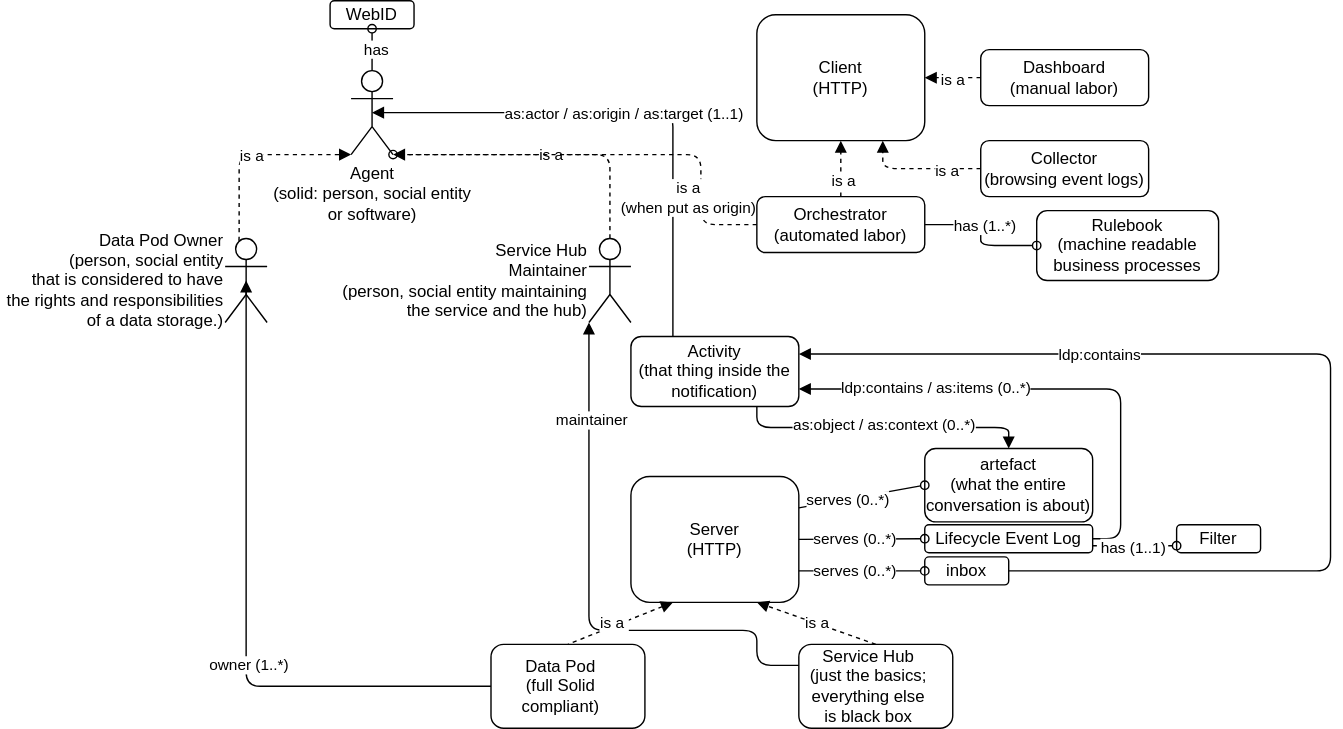
This is images/terminology.svg from MellonScholarlyCommunication/spec-overview, a draw.io export, as it was before one commit. Source tidied: cells renumbered, new cells last; positions are measured from the earlier drawing's top-left corner, leaving out a move shared by most shapes.
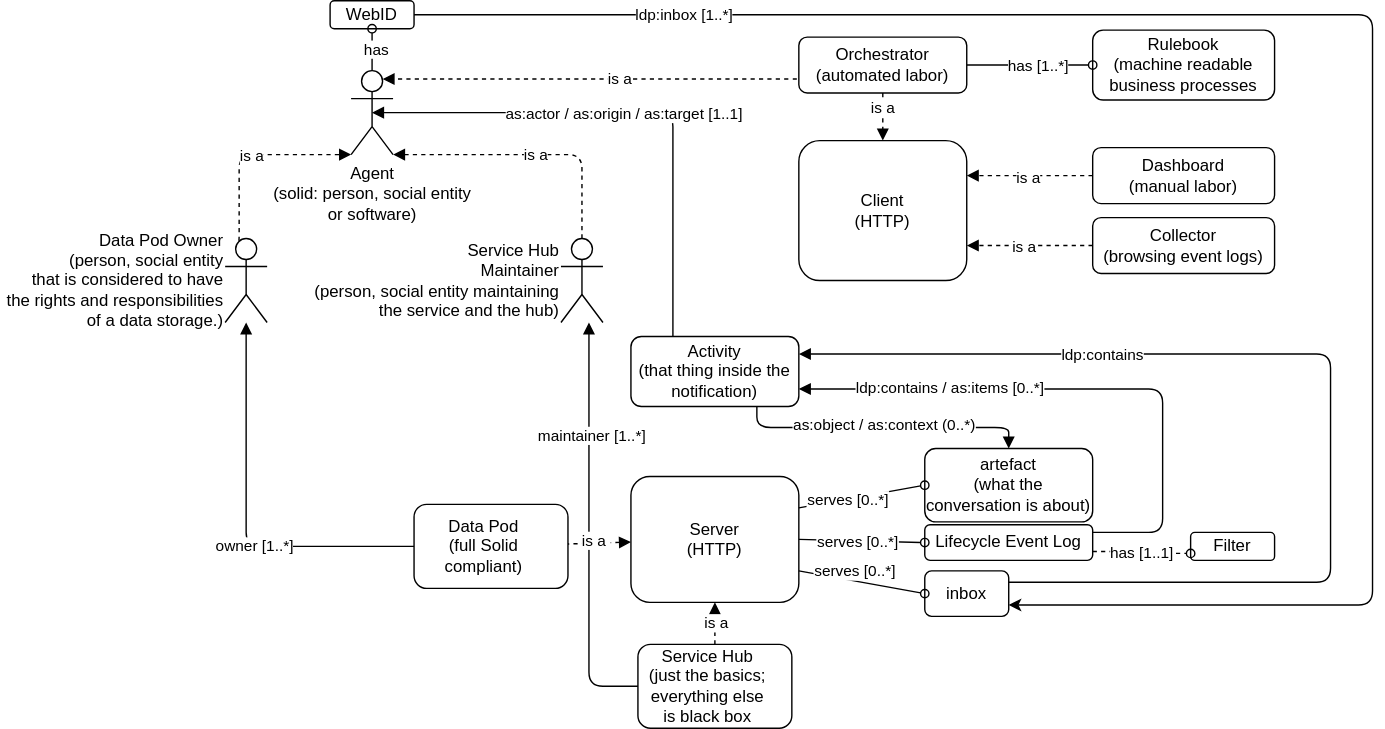
The same file after the commit.

Change to the diagram source:
```diff
@@ -5,7 +5,7 @@
     <mxCell id="2" style="edgeStyle=orthogonalEdgeStyle;html=1;exitX=0.5;exitY=0.5;exitDx=0;exitDy=0;exitPerimeter=0;entryX=0.25;entryY=0;entryDx=0;entryDy=0;startArrow=block;startFill=1;endArrow=none;endFill=0;" parent="1" edge="1" source="6" target="35">
       <mxGeometry relative="1" as="geometry" />
     </mxCell>
-    <mxCell id="3" value="as:actor / as:origin / as:target (1..1)" style="edgeLabel;html=1;align=center;verticalAlign=middle;" parent="2" vertex="1">
+    <mxCell id="3" value="as:actor / as:origin / as:target [1..1]" style="edgeLabel;html=1;align=center;verticalAlign=middle;" parent="2" vertex="1">
       <mxGeometry x="-0.1" relative="1" as="geometry">
         <mxPoint x="10" as="offset" />
       </mxGeometry>
@@ -19,20 +19,20 @@
     <mxCell id="6" value="Agent&lt;br&gt;(solid: person, social entity &lt;br&gt;or software)" style="shape=umlActor;verticalLabelPosition=bottom;verticalAlign=top;html=1;outlineConnect=0;" parent="1" vertex="1">
       <mxGeometry x="90" y="50" width="30" height="60" as="geometry" />
     </mxCell>
-    <mxCell id="7" style="edgeStyle=orthogonalEdgeStyle;html=1;exitX=0;exitY=0.5;exitDx=0;exitDy=0;startArrow=none;startFill=0;endArrow=block;endFill=1;entryX=0.5;entryY=0.5;entryDx=0;entryDy=0;entryPerimeter=0;" parent="1" edge="1" source="9" target="39">
+    <mxCell id="7" style="edgeStyle=orthogonalEdgeStyle;html=1;exitX=0;exitY=0.5;exitDx=0;exitDy=0;startArrow=none;startFill=0;endArrow=block;endFill=1;" parent="1" edge="1" source="9" target="39">
       <mxGeometry relative="1" as="geometry">
         <Array as="points">
-          <mxPoint x="15" y="490" />
+          <mxPoint x="15" y="390" />
         </Array>
       </mxGeometry>
     </mxCell>
-    <mxCell id="8" value="owner (1..*)" style="edgeLabel;html=1;align=center;verticalAlign=middle;" parent="7" vertex="1">
+    <mxCell id="8" value="owner [1..*]" style="edgeLabel;html=1;align=center;verticalAlign=middle;" parent="7" vertex="1">
       <mxGeometry x="-0.18" y="-1" relative="1" as="geometry" />
     </mxCell>
     <mxCell id="9" value="&lt;div&gt;Data Pod&lt;br&gt;&lt;/div&gt;&lt;div&gt;(full Solid compliant)&lt;/div&gt;" style="rounded=1;whiteSpace=wrap;html=1;strokeWidth=1;strokeColor=default;align=center;verticalAlign=middle;spacingRight=10;fillColor=none;" parent="1" vertex="1">
-      <mxGeometry x="190" y="460" width="110" height="60" as="geometry" />
+      <mxGeometry x="135" y="360" width="110" height="60" as="geometry" />
     </mxCell>
-    <mxCell id="10" style="edgeStyle=none;html=1;exitX=0.5;exitY=0;exitDx=0;exitDy=0;entryX=0.75;entryY=1;entryDx=0;entryDy=0;endArrow=block;endFill=1;dashed=1;" parent="1" edge="1" source="14" target="22">
+    <mxCell id="10" style="edgeStyle=none;html=1;exitX=0.5;exitY=0;exitDx=0;exitDy=0;endArrow=block;endFill=1;dashed=1;" parent="1" edge="1" source="14" target="22">
       <mxGeometry relative="1" as="geometry" />
     </mxCell>
     <mxCell id="11" value="is a" style="edgeLabel;html=1;align=center;verticalAlign=middle;" parent="10" vertex="1">
@@ -40,25 +40,25 @@
         <mxPoint y="-1" as="offset" />
       </mxGeometry>
     </mxCell>
-    <mxCell id="12" style="edgeStyle=orthogonalEdgeStyle;html=1;exitX=0;exitY=0.25;exitDx=0;exitDy=0;startArrow=none;startFill=0;endArrow=block;endFill=1;entryX=0;entryY=1;entryDx=0;entryDy=0;entryPerimeter=0;" parent="1" edge="1" source="14" target="42">
+    <mxCell id="12" style="edgeStyle=orthogonalEdgeStyle;html=1;startArrow=none;startFill=0;endArrow=block;endFill=1;exitX=0;exitY=0.5;exitDx=0;exitDy=0;" parent="1" edge="1" source="14" target="42">
       <mxGeometry relative="1" as="geometry">
         <Array as="points">
-          <mxPoint x="380" y="475" />
-          <mxPoint x="380" y="450" />
-          <mxPoint x="260" y="450" />
+          <mxPoint x="260" y="490" />
         </Array>
       </mxGeometry>
     </mxCell>
-    <mxCell id="13" value="maintainer" style="edgeLabel;html=1;align=center;verticalAlign=middle;" parent="12" vertex="1">
-      <mxGeometry x="0.65" y="-1" relative="1" as="geometry" />
+    <mxCell id="13" value="maintainer [1..*]" style="edgeLabel;html=1;align=center;verticalAlign=middle;" parent="12" vertex="1">
+      <mxGeometry x="0.65" y="-1" relative="1" as="geometry">
+        <mxPoint y="28" as="offset" />
+      </mxGeometry>
     </mxCell>
     <mxCell id="14" value="&lt;div&gt;Service Hub&lt;br&gt;&lt;/div&gt;&lt;div&gt;(just the basics; everything else is&amp;nbsp;&lt;span&gt;black box&lt;/span&gt;&lt;/div&gt;" style="rounded=1;whiteSpace=wrap;html=1;strokeWidth=1;strokeColor=default;align=center;verticalAlign=middle;spacingRight=10;fillColor=none;" parent="1" vertex="1">
-      <mxGeometry x="410" y="460" width="110" height="60" as="geometry" />
+      <mxGeometry x="295" y="460" width="110" height="60" as="geometry" />
     </mxCell>
     <mxCell id="15" style="edgeStyle=none;html=1;exitX=1;exitY=0.25;exitDx=0;exitDy=0;entryX=0;entryY=0.5;entryDx=0;entryDy=0;endArrow=oval;endFill=0;" parent="1" edge="1" source="22" target="33">
       <mxGeometry relative="1" as="geometry" />
     </mxCell>
-    <mxCell id="16" value="serves (0..*)" style="edgeLabel;html=1;align=center;verticalAlign=middle;" parent="15" vertex="1">
+    <mxCell id="16" value="serves [0..*]" style="edgeLabel;html=1;align=center;verticalAlign=middle;" parent="15" vertex="1">
       <mxGeometry x="-0.23" y="1" relative="1" as="geometry">
         <mxPoint y="1" as="offset" />
       </mxGeometry>
@@ -66,7 +66,7 @@
     <mxCell id="17" style="edgeStyle=none;html=1;exitX=1;exitY=0.5;exitDx=0;exitDy=0;entryX=0;entryY=0.5;entryDx=0;entryDy=0;endArrow=oval;endFill=0;" parent="1" edge="1" source="22" target="30">
       <mxGeometry relative="1" as="geometry" />
     </mxCell>
-    <mxCell id="18" value="serves (0..*)" style="edgeLabel;html=1;align=center;verticalAlign=middle;" parent="17" vertex="1">
+    <mxCell id="18" value="serves [0..*]" style="edgeLabel;html=1;align=center;verticalAlign=middle;" parent="17" vertex="1">
       <mxGeometry x="0.03" y="2" relative="1" as="geometry">
         <mxPoint x="-6" y="2" as="offset" />
       </mxGeometry>
@@ -74,7 +74,7 @@
     <mxCell id="19" style="edgeStyle=none;html=1;exitX=1;exitY=0.75;exitDx=0;exitDy=0;entryX=0;entryY=0.5;entryDx=0;entryDy=0;endArrow=oval;endFill=0;" parent="1" edge="1" source="22" target="25">
       <mxGeometry relative="1" as="geometry" />
     </mxCell>
-    <mxCell id="20" style="edgeStyle=none;html=1;exitX=0.25;exitY=1;exitDx=0;exitDy=0;entryX=0.5;entryY=0;entryDx=0;entryDy=0;endArrow=none;endFill=0;startArrow=block;startFill=1;dashed=1;" parent="1" edge="1" source="22" target="9">
+    <mxCell id="20" style="edgeStyle=none;html=1;endArrow=none;endFill=0;startArrow=block;startFill=1;dashed=1;" parent="1" edge="1" source="22" target="9">
       <mxGeometry relative="1" as="geometry" />
     </mxCell>
     <mxCell id="21" value="is a&amp;nbsp;" style="edgeLabel;html=1;align=center;verticalAlign=middle;" parent="20" vertex="1">
@@ -83,10 +83,10 @@
     <mxCell id="22" value="Server&lt;br&gt;(HTTP)" style="rounded=1;whiteSpace=wrap;html=1;fillColor=none;" parent="1" vertex="1">
       <mxGeometry x="290" y="340" width="120" height="90" as="geometry" />
     </mxCell>
-    <mxCell id="23" style="edgeStyle=orthogonalEdgeStyle;html=1;exitX=1;exitY=0.5;exitDx=0;exitDy=0;entryX=1;entryY=0.25;entryDx=0;entryDy=0;startArrow=none;startFill=0;endArrow=block;endFill=1;" parent="1" edge="1" source="25" target="35">
+    <mxCell id="23" style="edgeStyle=orthogonalEdgeStyle;html=1;entryX=1;entryY=0.25;entryDx=0;entryDy=0;startArrow=none;startFill=0;endArrow=block;endFill=1;exitX=1;exitY=0.25;exitDx=0;exitDy=0;" parent="1" edge="1" source="25" target="35">
       <mxGeometry relative="1" as="geometry">
         <Array as="points">
-          <mxPoint x="790" y="408" />
+          <mxPoint x="790" y="416" />
           <mxPoint x="790" y="253" />
         </Array>
       </mxGeometry>
@@ -95,17 +95,17 @@
       <mxGeometry x="0.44" relative="1" as="geometry" />
     </mxCell>
     <mxCell id="25" value="inbox" style="rounded=1;whiteSpace=wrap;html=1;fillColor=none;" parent="1" vertex="1">
-      <mxGeometry x="500" y="397.5" width="60" height="20" as="geometry" />
+      <mxGeometry x="500" y="407.5" width="60" height="32.5" as="geometry" />
     </mxCell>
-    <mxCell id="26" style="edgeStyle=orthogonalEdgeStyle;html=1;exitX=1;exitY=0.5;exitDx=0;exitDy=0;entryX=1;entryY=0.75;entryDx=0;entryDy=0;startArrow=none;startFill=0;endArrow=block;endFill=1;" parent="1" edge="1" source="30" target="35">
+    <mxCell id="26" style="edgeStyle=orthogonalEdgeStyle;html=1;entryX=1;entryY=0.75;entryDx=0;entryDy=0;startArrow=none;startFill=0;endArrow=block;endFill=1;" parent="1" edge="1" source="30" target="35">
       <mxGeometry relative="1" as="geometry">
         <Array as="points">
-          <mxPoint x="640" y="385" />
-          <mxPoint x="640" y="278" />
+          <mxPoint x="670" y="380" />
+          <mxPoint x="670" y="278" />
         </Array>
       </mxGeometry>
     </mxCell>
-    <mxCell id="27" value="ldp:contains / as:items (0..*)" style="edgeLabel;html=1;align=center;verticalAlign=middle;" parent="26" vertex="1">
+    <mxCell id="27" value="ldp:contains / as:items [0..*]" style="edgeLabel;html=1;align=center;verticalAlign=middle;" parent="26" vertex="1">
       <mxGeometry x="0.6" y="-1" relative="1" as="geometry">
         <mxPoint x="25" as="offset" />
       </mxGeometry>
@@ -113,11 +113,11 @@
     <mxCell id="28" style="edgeStyle=orthogonalEdgeStyle;html=1;exitX=1;exitY=0.75;exitDx=0;exitDy=0;entryX=0;entryY=0.75;entryDx=0;entryDy=0;dashed=1;startArrow=none;startFill=0;endArrow=oval;endFill=0;" parent="1" edge="1" source="30" target="57">
       <mxGeometry relative="1" as="geometry" />
     </mxCell>
-    <mxCell id="29" value="has (1..1)" style="edgeLabel;html=1;align=center;verticalAlign=middle;" parent="28" vertex="1">
+    <mxCell id="29" value="has [1..1]" style="edgeLabel;html=1;align=center;verticalAlign=middle;" parent="28" vertex="1">
       <mxGeometry x="-0.05" y="-1" relative="1" as="geometry" />
     </mxCell>
     <mxCell id="30" value="Lifecycle Event Log" style="rounded=1;whiteSpace=wrap;html=1;fillColor=none;" parent="1" vertex="1">
-      <mxGeometry x="500" y="374.5" width="120" height="20" as="geometry" />
+      <mxGeometry x="500" y="374.5" width="120" height="25.5" as="geometry" />
     </mxCell>
     <mxCell id="31" style="edgeStyle=orthogonalEdgeStyle;html=1;exitX=0.5;exitY=0;exitDx=0;exitDy=0;entryX=0.75;entryY=1;entryDx=0;entryDy=0;startArrow=block;startFill=1;endArrow=none;endFill=0;" parent="1" edge="1" source="33" target="35">
       <mxGeometry relative="1" as="geometry" />
@@ -127,16 +127,27 @@
         <mxPoint x="23" as="offset" />
       </mxGeometry>
     </mxCell>
-    <mxCell id="33" value="artefact&lt;br&gt;(what the entire conversation is about)" style="rounded=1;whiteSpace=wrap;html=1;fillColor=none;strokeColor=#000000;strokeWidth=1;" parent="1" vertex="1">
+    <mxCell id="33" value="artefact&lt;br&gt;(what the conversation is about)" style="rounded=1;whiteSpace=wrap;html=1;fillColor=none;strokeColor=#000000;strokeWidth=1;" parent="1" vertex="1">
       <mxGeometry x="500" y="320" width="120" height="52.5" as="geometry" />
     </mxCell>
+    <mxCell id="59" style="edgeStyle=orthogonalEdgeStyle;html=1;exitX=1;exitY=0.5;exitDx=0;exitDy=0;entryX=1;entryY=0.75;entryDx=0;entryDy=0;jumpStyle=none;" parent="1" edge="1" source="34" target="25">
+      <mxGeometry relative="1" as="geometry">
+        <Array as="points">
+          <mxPoint x="820" y="10" />
+          <mxPoint x="820" y="432" />
+        </Array>
+      </mxGeometry>
+    </mxCell>
+    <mxCell id="60" value="ldp:inbox [1..*]" style="edgeLabel;html=1;align=center;verticalAlign=middle;" parent="59" vertex="1">
+      <mxGeometry x="-0.72" y="1" relative="1" as="geometry" />
+    </mxCell>
     <mxCell id="34" value="WebID" style="rounded=1;whiteSpace=wrap;html=1;fillColor=none;" parent="1" vertex="1">
       <mxGeometry x="75" width="60" height="20" as="geometry" />
     </mxCell>
     <mxCell id="35" value="Activity&lt;br&gt;(that thing inside the notification)" style="rounded=1;whiteSpace=wrap;html=1;fillColor=default;" parent="1" vertex="1">
       <mxGeometry x="290" y="240" width="120" height="50" as="geometry" />
     </mxCell>
-    <mxCell id="36" value="serves (0..*)" style="edgeLabel;html=1;align=center;verticalAlign=middle;" parent="1" vertex="1">
+    <mxCell id="36" value="serves [0..*]" style="edgeLabel;html=1;align=center;verticalAlign=middle;" parent="1" vertex="1">
       <mxGeometry x="450" y="407.5" as="geometry" />
     </mxCell>
     <mxCell id="37" style="edgeStyle=orthogonalEdgeStyle;html=1;exitX=0.25;exitY=0.1;exitDx=0;exitDy=0;exitPerimeter=0;entryX=0;entryY=1;entryDx=0;entryDy=0;entryPerimeter=0;startArrow=none;startFill=0;endArrow=block;endFill=1;dashed=1;" parent="1" edge="1" source="39" target="6">
@@ -156,7 +167,7 @@
     <mxCell id="40" style="edgeStyle=orthogonalEdgeStyle;html=1;exitX=0.5;exitY=0;exitDx=0;exitDy=0;exitPerimeter=0;entryX=1;entryY=1;entryDx=0;entryDy=0;entryPerimeter=0;startArrow=none;startFill=0;endArrow=block;endFill=1;dashed=1;" parent="1" edge="1" source="42" target="6">
       <mxGeometry relative="1" as="geometry">
         <Array as="points">
-          <mxPoint x="275" y="110" />
+          <mxPoint x="255" y="110" />
         </Array>
       </mxGeometry>
     </mxCell>
@@ -164,65 +175,63 @@
       <mxGeometry x="-0.04" y="-1" relative="1" as="geometry" />
     </mxCell>
     <mxCell id="42" value="Service Hub&lt;br&gt;Maintainer&lt;br&gt;(person, social entity maintaining &lt;br&gt;the service and the hub)" style="shape=umlActor;verticalLabelPosition=middle;verticalAlign=middle;html=1;outlineConnect=0;labelPosition=left;align=right;" parent="1" vertex="1">
-      <mxGeometry x="260" y="170" width="30" height="60" as="geometry" />
+      <mxGeometry x="240" y="170" width="30" height="60" as="geometry" />
     </mxCell>
-    <mxCell id="43" style="edgeStyle=orthogonalEdgeStyle;html=1;exitX=0.5;exitY=0;exitDx=0;exitDy=0;dashed=1;startArrow=none;startFill=0;endArrow=block;endFill=1;" parent="1" edge="1" source="49" target="53">
+    <mxCell id="43" style="edgeStyle=orthogonalEdgeStyle;html=1;exitX=0.5;exitY=1;exitDx=0;exitDy=0;dashed=1;startArrow=none;startFill=0;endArrow=block;endFill=1;" parent="1" edge="1" source="49" target="53">
       <mxGeometry relative="1" as="geometry" />
     </mxCell>
     <mxCell id="44" value="is a" style="edgeLabel;html=1;align=center;verticalAlign=middle;" parent="43" vertex="1">
       <mxGeometry x="-0.39" y="-1" relative="1" as="geometry" />
     </mxCell>
-    <mxCell id="45" style="edgeStyle=orthogonalEdgeStyle;html=1;exitX=1;exitY=0.5;exitDx=0;exitDy=0;entryX=0;entryY=0.5;entryDx=0;entryDy=0;startArrow=none;startFill=0;endArrow=oval;endFill=0;" parent="1" edge="1" source="49" target="58">
+    <mxCell id="45" style="edgeStyle=orthogonalEdgeStyle;html=1;exitX=1;exitY=0.5;exitDx=0;exitDy=0;entryX=0;entryY=0.5;entryDx=0;entryDy=0;startArrow=none;startFill=0;endArrow=oval;endFill=0;jumpStyle=arc;" parent="1" edge="1" source="49" target="58">
       <mxGeometry relative="1" as="geometry" />
     </mxCell>
-    <mxCell id="46" value="has (1..*)" style="edgeLabel;html=1;align=center;verticalAlign=middle;" parent="45" vertex="1">
+    <mxCell id="46" value="has [1..*]" style="edgeLabel;html=1;align=center;verticalAlign=middle;" parent="45" vertex="1">
       <mxGeometry x="-0.16" y="1" relative="1" as="geometry">
-        <mxPoint x="1" as="offset" />
+        <mxPoint x="12" y="1" as="offset" />
       </mxGeometry>
     </mxCell>
-    <mxCell id="47" style="edgeStyle=orthogonalEdgeStyle;html=1;exitX=0;exitY=0.5;exitDx=0;exitDy=0;startArrow=none;startFill=0;endArrow=oval;endFill=0;dashed=1;" parent="1" edge="1" source="49">
+    <mxCell id="47" style="edgeStyle=orthogonalEdgeStyle;html=1;startArrow=none;startFill=0;endArrow=block;endFill=1;dashed=1;entryX=0.75;entryY=0.1;entryDx=0;entryDy=0;entryPerimeter=0;exitX=0;exitY=0.75;exitDx=0;exitDy=0;" parent="1" edge="1" source="49" target="6">
       <mxGeometry relative="1" as="geometry">
-        <mxPoint x="120" y="110" as="targetPoint" />
         <Array as="points">
-          <mxPoint x="340" y="160" />
-          <mxPoint x="340" y="110" />
+          <mxPoint x="414" y="56" />
         </Array>
       </mxGeometry>
     </mxCell>
-    <mxCell id="48" value="is a &lt;br&gt;(when put as origin)" style="edgeLabel;html=1;align=center;verticalAlign=middle;" parent="47" vertex="1">
-      <mxGeometry x="-0.13" relative="1" as="geometry">
-        <mxPoint x="34" y="30" as="offset" />
-      </mxGeometry>
-    </mxCell>
+    <mxCell id="61" value="is a" style="edgeLabel;html=1;align=center;verticalAlign=middle;" parent="47" vertex="1">
+      <mxGeometry x="-0.11" y="-1" relative="1" as="geometry" />
+    </mxCell>
     <mxCell id="49" value="Orchestrator&lt;br&gt;(automated labor)" style="rounded=1;whiteSpace=wrap;html=1;fillColor=default;" parent="1" vertex="1">
-      <mxGeometry x="380" y="140" width="120" height="40" as="geometry" />
+      <mxGeometry x="410" y="26" width="120" height="40" as="geometry" />
     </mxCell>
-    <mxCell id="50" style="edgeStyle=orthogonalEdgeStyle;html=1;exitX=0;exitY=0.5;exitDx=0;exitDy=0;entryX=0.75;entryY=1;entryDx=0;entryDy=0;dashed=1;startArrow=none;startFill=0;endArrow=block;endFill=1;" parent="1" edge="1" source="52" target="53">
+    <mxCell id="50" style="edgeStyle=orthogonalEdgeStyle;html=1;exitX=0;exitY=0.5;exitDx=0;exitDy=0;entryX=1;entryY=0.75;entryDx=0;entryDy=0;dashed=1;startArrow=none;startFill=0;endArrow=block;endFill=1;" parent="1" edge="1" source="52" target="53">
       <mxGeometry relative="1" as="geometry" />
     </mxCell>
     <mxCell id="51" value="is a" style="edgeLabel;html=1;align=center;verticalAlign=middle;" parent="50" vertex="1">
-      <mxGeometry x="-0.45" y="1" relative="1" as="geometry" />
+      <mxGeometry x="-0.45" y="1" relative="1" as="geometry">
+        <mxPoint x="-25" y="-1" as="offset" />
+      </mxGeometry>
     </mxCell>
     <mxCell id="52" value="Collector&lt;br&gt;(browsing event logs)" style="rounded=1;whiteSpace=wrap;html=1;fillColor=default;" parent="1" vertex="1">
-      <mxGeometry x="540" y="100" width="120" height="40" as="geometry" />
+      <mxGeometry x="620" y="155" width="130" height="40" as="geometry" />
     </mxCell>
     <mxCell id="53" value="Client&lt;br&gt;(HTTP)" style="rounded=1;whiteSpace=wrap;html=1;fillColor=none;" parent="1" vertex="1">
-      <mxGeometry x="380" y="10" width="120" height="90" as="geometry" />
+      <mxGeometry x="410" y="100" width="120" height="100" as="geometry" />
     </mxCell>
-    <mxCell id="54" style="edgeStyle=orthogonalEdgeStyle;html=1;exitX=0;exitY=0.5;exitDx=0;exitDy=0;entryX=1;entryY=0.5;entryDx=0;entryDy=0;dashed=1;startArrow=none;startFill=0;endArrow=block;endFill=1;" parent="1" edge="1" source="56" target="53">
+    <mxCell id="54" style="edgeStyle=orthogonalEdgeStyle;html=1;exitX=0;exitY=0.5;exitDx=0;exitDy=0;entryX=1;entryY=0.25;entryDx=0;entryDy=0;dashed=1;startArrow=none;startFill=0;endArrow=block;endFill=1;" parent="1" edge="1" source="56" target="53">
       <mxGeometry relative="1" as="geometry" />
     </mxCell>
     <mxCell id="55" value="is a" style="edgeLabel;html=1;align=center;verticalAlign=middle;" parent="54" vertex="1">
       <mxGeometry x="0.05" y="1" relative="1" as="geometry" />
     </mxCell>
     <mxCell id="56" value="Dashboard&lt;br&gt;(manual labor)" style="rounded=1;whiteSpace=wrap;html=1;fillColor=default;" parent="1" vertex="1">
-      <mxGeometry x="540" y="35" width="120" height="40" as="geometry" />
+      <mxGeometry x="620" y="105" width="130" height="40" as="geometry" />
     </mxCell>
     <mxCell id="57" value="Filter" style="rounded=1;whiteSpace=wrap;html=1;fillColor=none;" parent="1" vertex="1">
-      <mxGeometry x="680" y="374.5" width="60" height="20" as="geometry" />
+      <mxGeometry x="690" y="380" width="60" height="20" as="geometry" />
     </mxCell>
     <mxCell id="58" value="Rulebook&lt;br&gt;(machine readable business processes" style="rounded=1;whiteSpace=wrap;html=1;fillColor=none;" parent="1" vertex="1">
-      <mxGeometry x="580" y="150" width="130" height="50" as="geometry" />
+      <mxGeometry x="620" y="21" width="130" height="50" as="geometry" />
     </mxCell>
   </root>
 </mxGraphModel>
```
